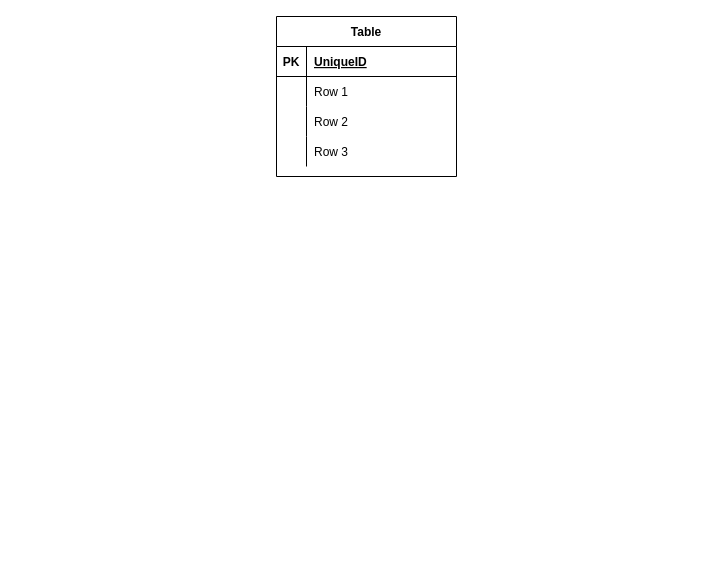
Before: Untitled Diagram.drawio in yutampp/proxycardmaker2, a draw.io diagram. Source tidied: cells renumbered, new cells numbered last; positions are measured from the earlier drawing's top-left corner, leaving out a move shared by most shapes. Both pictures are drawn from the tidied source at 100%, with x=0, y=0 at pixel (276, 16).
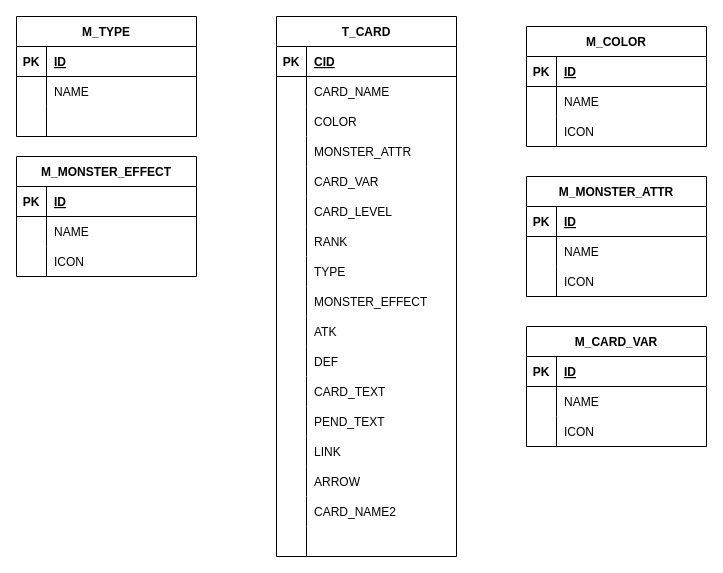
The same diagram, later.

Commit message (it also covers changes not shown here):
Untitled Diagram.drawio を更新します

Unchanged cells that the change refers to:
```xml
<mxCell id="3" style="shape=partialRectangle;fillColor=none;top=0;left=0;bottom=1;right=0;" parent="2" vertex="1">
  <mxGeometry y="30" width="180" height="30" as="geometry" />
</mxCell>
<mxCell id="6" style="shape=partialRectangle;fillColor=none;top=0;left=0;bottom=0;right=0;" parent="2" vertex="1">
  <mxGeometry y="60" width="180" height="30" as="geometry" />
</mxCell>
<mxCell id="9" style="shape=partialRectangle;fillColor=none;top=0;left=0;bottom=0;right=0;" parent="2" vertex="1">
  <mxGeometry y="90" width="180" height="30" as="geometry" />
</mxCell>
```

The edit, as a diff of the source:
```diff
@@
+    <mxCell id="15" value="M_COLOR" style="shape=table;startSize=30;childLayout=tableLayout;rowLines=0;fontStyle=1;align=center;" parent="1" vertex="1">
+      <mxGeometry x="250" y="10" width="180" height="120" as="geometry" />
+    </mxCell>
+    <mxCell id="16" style="shape=partialRectangle;fillColor=none;top=0;left=0;bottom=1;right=0;" parent="15" vertex="1">
+      <mxGeometry y="30" width="180" height="30" as="geometry" />
+    </mxCell>
+    <mxCell id="17" value="PK" style="shape=partialRectangle;fillColor=none;top=0;left=0;bottom=0;right=0;fontStyle=1;overflow=hidden;" parent="16" vertex="1">
+      <mxGeometry width="30" height="30" as="geometry" />
+    </mxCell>
+    <mxCell id="18" value="ID" style="shape=partialRectangle;fillColor=none;top=0;left=0;bottom=0;right=0;align=left;spacingLeft=6;fontStyle=5;overflow=hidden;" parent="16" vertex="1">
+      <mxGeometry x="30" width="150" height="30" as="geometry" />
+    </mxCell>
+    <mxCell id="19" style="shape=partialRectangle;fillColor=none;top=0;left=0;bottom=0;right=0;" parent="15" vertex="1">
+      <mxGeometry y="60" width="180" height="30" as="geometry" />
+    </mxCell>
+    <mxCell id="20" style="shape=partialRectangle;fillColor=none;top=0;left=0;bottom=0;right=0;overflow=hidden;" parent="19" vertex="1">
+      <mxGeometry width="30" height="30" as="geometry" />
+    </mxCell>
+    <mxCell id="21" value="NAME" style="shape=partialRectangle;fillColor=none;top=0;left=0;bottom=0;right=0;align=left;spacingLeft=6;overflow=hidden;" parent="19" vertex="1">
+      <mxGeometry x="30" width="150" height="30" as="geometry" />
+    </mxCell>
+    <mxCell id="22" style="shape=partialRectangle;fillColor=none;top=0;left=0;bottom=0;right=0;" parent="15" vertex="1">
+      <mxGeometry y="90" width="180" height="30" as="geometry" />
+    </mxCell>
+    <mxCell id="23" style="shape=partialRectangle;fillColor=none;top=0;left=0;bottom=0;right=0;overflow=hidden;" parent="22" vertex="1">
+      <mxGeometry width="30" height="30" as="geometry" />
+    </mxCell>
+    <mxCell id="24" value="ICON" style="shape=partialRectangle;fillColor=none;top=0;left=0;bottom=0;right=0;align=left;spacingLeft=6;overflow=hidden;" parent="22" vertex="1">
+      <mxGeometry x="30" width="150" height="30" as="geometry" />
+    </mxCell>
+    <mxCell id="25" value="M_MONSTER_ATTR" style="shape=table;startSize=30;childLayout=tableLayout;rowLines=0;fontStyle=1;align=center;" parent="1" vertex="1">
+      <mxGeometry x="250" y="160" width="180" height="120" as="geometry" />
+    </mxCell>
+    <mxCell id="26" style="shape=partialRectangle;fillColor=none;top=0;left=0;bottom=1;right=0;" parent="25" vertex="1">
+      <mxGeometry y="30" width="180" height="30" as="geometry" />
+    </mxCell>
+    <mxCell id="27" value="PK" style="shape=partialRectangle;fillColor=none;top=0;left=0;bottom=0;right=0;fontStyle=1;overflow=hidden;" parent="26" vertex="1">
+      <mxGeometry width="30" height="30" as="geometry" />
+    </mxCell>
+    <mxCell id="28" value="ID" style="shape=partialRectangle;fillColor=none;top=0;left=0;bottom=0;right=0;align=left;spacingLeft=6;fontStyle=5;overflow=hidden;" parent="26" vertex="1">
+      <mxGeometry x="30" width="150" height="30" as="geometry" />
+    </mxCell>
+    <mxCell id="29" style="shape=partialRectangle;fillColor=none;top=0;left=0;bottom=0;right=0;" parent="25" vertex="1">
+      <mxGeometry y="60" width="180" height="30" as="geometry" />
+    </mxCell>
+    <mxCell id="30" style="shape=partialRectangle;fillColor=none;top=0;left=0;bottom=0;right=0;overflow=hidden;" parent="29" vertex="1">
+      <mxGeometry width="30" height="30" as="geometry" />
+    </mxCell>
+    <mxCell id="31" value="NAME" style="shape=partialRectangle;fillColor=none;top=0;left=0;bottom=0;right=0;align=left;spacingLeft=6;overflow=hidden;" parent="29" vertex="1">
+      <mxGeometry x="30" width="150" height="30" as="geometry" />
+    </mxCell>
+    <mxCell id="32" style="shape=partialRectangle;fillColor=none;top=0;left=0;bottom=0;right=0;" parent="25" vertex="1">
+      <mxGeometry y="90" width="180" height="30" as="geometry" />
+    </mxCell>
+    <mxCell id="33" style="shape=partialRectangle;fillColor=none;top=0;left=0;bottom=0;right=0;overflow=hidden;" parent="32" vertex="1">
+      <mxGeometry width="30" height="30" as="geometry" />
+    </mxCell>
+    <mxCell id="34" value="ICON" style="shape=partialRectangle;fillColor=none;top=0;left=0;bottom=0;right=0;align=left;spacingLeft=6;overflow=hidden;" parent="32" vertex="1">
+      <mxGeometry x="30" width="150" height="30" as="geometry" />
+    </mxCell>
+    <mxCell id="35" value="M_CARD_VAR" style="shape=table;startSize=30;childLayout=tableLayout;rowLines=0;fontStyle=1;align=center;" parent="1" vertex="1">
+      <mxGeometry x="250" y="310" width="180" height="120" as="geometry" />
+    </mxCell>
+    <mxCell id="36" style="shape=partialRectangle;fillColor=none;top=0;left=0;bottom=1;right=0;" parent="35" vertex="1">
+      <mxGeometry y="30" width="180" height="30" as="geometry" />
+    </mxCell>
+    <mxCell id="37" value="PK" style="shape=partialRectangle;fillColor=none;top=0;left=0;bottom=0;right=0;fontStyle=1;overflow=hidden;" parent="36" vertex="1">
+      <mxGeometry width="30" height="30" as="geometry" />
+    </mxCell>
+    <mxCell id="38" value="ID" style="shape=partialRectangle;fillColor=none;top=0;left=0;bottom=0;right=0;align=left;spacingLeft=6;fontStyle=5;overflow=hidden;" parent="36" vertex="1">
+      <mxGeometry x="30" width="150" height="30" as="geometry" />
+    </mxCell>
+    <mxCell id="39" style="shape=partialRectangle;fillColor=none;top=0;left=0;bottom=0;right=0;" parent="35" vertex="1">
+      <mxGeometry y="60" width="180" height="30" as="geometry" />
+    </mxCell>
+    <mxCell id="40" style="shape=partialRectangle;fillColor=none;top=0;left=0;bottom=0;right=0;overflow=hidden;" parent="39" vertex="1">
+      <mxGeometry width="30" height="30" as="geometry" />
+    </mxCell>
+    <mxCell id="41" value="NAME" style="shape=partialRectangle;fillColor=none;top=0;left=0;bottom=0;right=0;align=left;spacingLeft=6;overflow=hidden;" parent="39" vertex="1">
+      <mxGeometry x="30" width="150" height="30" as="geometry" />
+    </mxCell>
+    <mxCell id="42" style="shape=partialRectangle;fillColor=none;top=0;left=0;bottom=0;right=0;" parent="35" vertex="1">
+      <mxGeometry y="90" width="180" height="30" as="geometry" />
+    </mxCell>
+    <mxCell id="43" style="shape=partialRectangle;fillColor=none;top=0;left=0;bottom=0;right=0;overflow=hidden;" parent="42" vertex="1">
+      <mxGeometry width="30" height="30" as="geometry" />
+    </mxCell>
+    <mxCell id="44" value="ICON" style="shape=partialRectangle;fillColor=none;top=0;left=0;bottom=0;right=0;align=left;spacingLeft=6;overflow=hidden;" parent="42" vertex="1">
+      <mxGeometry x="30" width="150" height="30" as="geometry" />
+    </mxCell>
+    <mxCell id="45" value="M_TYPE" style="shape=table;startSize=30;childLayout=tableLayout;rowLines=0;fontStyle=1;align=center;" parent="1" vertex="1">
+      <mxGeometry x="-260" width="180" height="120" as="geometry" />
+    </mxCell>
+    <mxCell id="46" style="shape=partialRectangle;fillColor=none;top=0;left=0;bottom=1;right=0;" parent="45" vertex="1">
+      <mxGeometry y="30" width="180" height="30" as="geometry" />
+    </mxCell>
+    <mxCell id="47" value="PK" style="shape=partialRectangle;fillColor=none;top=0;left=0;bottom=0;right=0;fontStyle=1;overflow=hidden;" parent="46" vertex="1">
+      <mxGeometry width="30" height="30" as="geometry" />
+    </mxCell>
+    <mxCell id="48" value="ID" style="shape=partialRectangle;fillColor=none;top=0;left=0;bottom=0;right=0;align=left;spacingLeft=6;fontStyle=5;overflow=hidden;" parent="46" vertex="1">
+      <mxGeometry x="30" width="150" height="30" as="geometry" />
+    </mxCell>
+    <mxCell id="49" style="shape=partialRectangle;fillColor=none;top=0;left=0;bottom=0;right=0;" parent="45" vertex="1">
+      <mxGeometry y="60" width="180" height="30" as="geometry" />
+    </mxCell>
+    <mxCell id="50" style="shape=partialRectangle;fillColor=none;top=0;left=0;bottom=0;right=0;overflow=hidden;" parent="49" vertex="1">
+      <mxGeometry width="30" height="30" as="geometry" />
+    </mxCell>
+    <mxCell id="51" value="NAME" style="shape=partialRectangle;fillColor=none;top=0;left=0;bottom=0;right=0;align=left;spacingLeft=6;overflow=hidden;" parent="49" vertex="1">
+      <mxGeometry x="30" width="150" height="30" as="geometry" />
+    </mxCell>
+    <mxCell id="52" style="shape=partialRectangle;fillColor=none;top=0;left=0;bottom=0;right=0;" parent="45" vertex="1">
+      <mxGeometry y="90" width="180" height="30" as="geometry" />
+    </mxCell>
+    <mxCell id="53" style="shape=partialRectangle;fillColor=none;top=0;left=0;bottom=0;right=0;overflow=hidden;" parent="52" vertex="1">
+      <mxGeometry width="30" height="30" as="geometry" />
+    </mxCell>
+    <mxCell id="54" style="shape=partialRectangle;fillColor=none;top=0;left=0;bottom=0;right=0;align=left;spacingLeft=6;overflow=hidden;" parent="52" vertex="1">
+      <mxGeometry x="30" width="150" height="30" as="geometry" />
+    </mxCell>
+    <mxCell id="55" value="M_MONSTER_EFFECT" style="shape=table;startSize=30;childLayout=tableLayout;rowLines=0;fontStyle=1;align=center;" parent="1" vertex="1">
+      <mxGeometry x="-260" y="140" width="180" height="120" as="geometry" />
+    </mxCell>
+    <mxCell id="56" style="shape=partialRectangle;fillColor=none;top=0;left=0;bottom=1;right=0;" parent="55" vertex="1">
+      <mxGeometry y="30" width="180" height="30" as="geometry" />
+    </mxCell>
+    <mxCell id="57" value="PK" style="shape=partialRectangle;fillColor=none;top=0;left=0;bottom=0;right=0;fontStyle=1;overflow=hidden;" parent="56" vertex="1">
+      <mxGeometry width="30" height="30" as="geometry" />
+    </mxCell>
+    <mxCell id="58" value="ID" style="shape=partialRectangle;fillColor=none;top=0;left=0;bottom=0;right=0;align=left;spacingLeft=6;fontStyle=5;overflow=hidden;" parent="56" vertex="1">
+      <mxGeometry x="30" width="150" height="30" as="geometry" />
+    </mxCell>
+    <mxCell id="59" style="shape=partialRectangle;fillColor=none;top=0;left=0;bottom=0;right=0;" parent="55" vertex="1">
+      <mxGeometry y="60" width="180" height="30" as="geometry" />
+    </mxCell>
+    <mxCell id="60" style="shape=partialRectangle;fillColor=none;top=0;left=0;bottom=0;right=0;overflow=hidden;" parent="59" vertex="1">
+      <mxGeometry width="30" height="30" as="geometry" />
+    </mxCell>
+    <mxCell id="61" value="NAME" style="shape=partialRectangle;fillColor=none;top=0;left=0;bottom=0;right=0;align=left;spacingLeft=6;overflow=hidden;" parent="59" vertex="1">
+      <mxGeometry x="30" width="150" height="30" as="geometry" />
+    </mxCell>
+    <mxCell id="62" style="shape=partialRectangle;fillColor=none;top=0;left=0;bottom=0;right=0;" parent="55" vertex="1">
+      <mxGeometry y="90" width="180" height="30" as="geometry" />
+    </mxCell>
+    <mxCell id="63" style="shape=partialRectangle;fillColor=none;top=0;left=0;bottom=0;right=0;overflow=hidden;" parent="62" vertex="1">
+      <mxGeometry width="30" height="30" as="geometry" />
+    </mxCell>
+    <mxCell id="64" value="ICON" style="shape=partialRectangle;fillColor=none;top=0;left=0;bottom=0;right=0;align=left;spacingLeft=6;overflow=hidden;" parent="62" vertex="1">
+      <mxGeometry x="30" width="150" height="30" as="geometry" />
+    </mxCell>
-    <mxCell id="2" value="Table" style="shape=table;startSize=30;childLayout=tableLayout;rowLines=0;fontStyle=1;align=center;" parent="1" vertex="1">
-      <mxGeometry width="180" height="160" as="geometry" />
+    <mxCell id="2" value="T_CARD" style="shape=table;startSize=30;childLayout=tableLayout;rowLines=0;fontStyle=1;align=center;" parent="1" vertex="1">
+      <mxGeometry width="180" height="540" as="geometry" />
     </mxCell>
@@
-    <mxCell id="5" value="UniqueID" style="shape=partialRectangle;fillColor=none;top=0;left=0;bottom=0;right=0;align=left;spacingLeft=6;fontStyle=5;overflow=hidden;" parent="3" vertex="1">
+    <mxCell id="5" value="CID" style="shape=partialRectangle;fillColor=none;top=0;left=0;bottom=0;right=0;align=left;spacingLeft=6;fontStyle=5;overflow=hidden;" parent="3" vertex="1">
       <mxGeometry x="30" width="150" height="30" as="geometry" />
     </mxCell>
@@
-    <mxCell id="8" value="Row 1" style="shape=partialRectangle;fillColor=none;top=0;left=0;bottom=0;right=0;align=left;spacingLeft=6;overflow=hidden;" parent="6" vertex="1">
+    <mxCell id="8" value="CARD_NAME" style="shape=partialRectangle;fillColor=none;top=0;left=0;bottom=0;right=0;align=left;spacingLeft=6;overflow=hidden;" parent="6" vertex="1">
       <mxGeometry x="30" width="150" height="30" as="geometry" />
     </mxCell>
@@
-    <mxCell id="11" value="Row 2" style="shape=partialRectangle;fillColor=none;top=0;left=0;bottom=0;right=0;align=left;spacingLeft=6;overflow=hidden;" parent="9" vertex="1">
+    <mxCell id="11" value="COLOR" style="shape=partialRectangle;fillColor=none;top=0;left=0;bottom=0;right=0;align=left;spacingLeft=6;overflow=hidden;" parent="9" vertex="1">
       <mxGeometry x="30" width="150" height="30" as="geometry" />
     </mxCell>
+    <mxCell id="65" style="shape=partialRectangle;fillColor=none;top=0;left=0;bottom=0;right=0;" parent="2" vertex="1">
+      <mxGeometry y="120" width="180" height="30" as="geometry" />
+    </mxCell>
+    <mxCell id="66" style="shape=partialRectangle;fillColor=none;top=0;left=0;bottom=0;right=0;overflow=hidden;" parent="65" vertex="1">
+      <mxGeometry width="30" height="30" as="geometry" />
+    </mxCell>
+    <mxCell id="67" value="MONSTER_ATTR" style="shape=partialRectangle;fillColor=none;top=0;left=0;bottom=0;right=0;align=left;spacingLeft=6;overflow=hidden;" parent="65" vertex="1">
+      <mxGeometry x="30" width="150" height="30" as="geometry" />
+    </mxCell>
     <mxCell id="12" style="shape=partialRectangle;fillColor=none;top=0;left=0;bottom=0;right=0;" parent="2" vertex="1">
-      <mxGeometry y="120" width="180" height="30" as="geometry" />
+      <mxGeometry y="150" width="180" height="30" as="geometry" />
     </mxCell>
@@
-    <mxCell id="14" value="Row 3" style="shape=partialRectangle;fillColor=none;top=0;left=0;bottom=0;right=0;align=left;spacingLeft=6;overflow=hidden;" parent="12" vertex="1">
+    <mxCell id="14" value="CARD_VAR" style="shape=partialRectangle;fillColor=none;top=0;left=0;bottom=0;right=0;align=left;spacingLeft=6;overflow=hidden;" parent="12" vertex="1">
       <mxGeometry x="30" width="150" height="30" as="geometry" />
     </mxCell>
+    <mxCell id="68" style="shape=partialRectangle;fillColor=none;top=0;left=0;bottom=0;right=0;" parent="2" vertex="1">
+      <mxGeometry y="180" width="180" height="30" as="geometry" />
+    </mxCell>
+    <mxCell id="69" style="shape=partialRectangle;fillColor=none;top=0;left=0;bottom=0;right=0;overflow=hidden;" parent="68" vertex="1">
+      <mxGeometry width="30" height="30" as="geometry" />
+    </mxCell>
+    <mxCell id="70" value="CARD_LEVEL" style="shape=partialRectangle;fillColor=none;top=0;left=0;bottom=0;right=0;align=left;spacingLeft=6;overflow=hidden;" parent="68" vertex="1">
+      <mxGeometry x="30" width="150" height="30" as="geometry" />
+    </mxCell>
+    <mxCell id="71" style="shape=partialRectangle;fillColor=none;top=0;left=0;bottom=0;right=0;" parent="2" vertex="1">
+      <mxGeometry y="210" width="180" height="30" as="geometry" />
+    </mxCell>
+    <mxCell id="72" style="shape=partialRectangle;fillColor=none;top=0;left=0;bottom=0;right=0;overflow=hidden;" parent="71" vertex="1">
+      <mxGeometry width="30" height="30" as="geometry" />
+    </mxCell>
+    <mxCell id="73" value="RANK" style="shape=partialRectangle;fillColor=none;top=0;left=0;bottom=0;right=0;align=left;spacingLeft=6;overflow=hidden;" parent="71" vertex="1">
+      <mxGeometry x="30" width="150" height="30" as="geometry" />
+    </mxCell>
+    <mxCell id="74" style="shape=partialRectangle;fillColor=none;top=0;left=0;bottom=0;right=0;" parent="2" vertex="1">
+      <mxGeometry y="240" width="180" height="30" as="geometry" />
+    </mxCell>
+    <mxCell id="75" style="shape=partialRectangle;fillColor=none;top=0;left=0;bottom=0;right=0;overflow=hidden;" parent="74" vertex="1">
+      <mxGeometry width="30" height="30" as="geometry" />
+    </mxCell>
+    <mxCell id="76" value="TYPE" style="shape=partialRectangle;fillColor=none;top=0;left=0;bottom=0;right=0;align=left;spacingLeft=6;overflow=hidden;" parent="74" vertex="1">
+      <mxGeometry x="30" width="150" height="30" as="geometry" />
+    </mxCell>
+    <mxCell id="77" style="shape=partialRectangle;fillColor=none;top=0;left=0;bottom=0;right=0;" parent="2" vertex="1">
+      <mxGeometry y="270" width="180" height="30" as="geometry" />
+    </mxCell>
+    <mxCell id="78" style="shape=partialRectangle;fillColor=none;top=0;left=0;bottom=0;right=0;overflow=hidden;" parent="77" vertex="1">
+      <mxGeometry width="30" height="30" as="geometry" />
+    </mxCell>
+    <mxCell id="79" value="MONSTER_EFFECT" style="shape=partialRectangle;fillColor=none;top=0;left=0;bottom=0;right=0;align=left;spacingLeft=6;overflow=hidden;" parent="77" vertex="1">
+      <mxGeometry x="30" width="150" height="30" as="geometry" />
+    </mxCell>
+    <mxCell id="80" style="shape=partialRectangle;fillColor=none;top=0;left=0;bottom=0;right=0;" parent="2" vertex="1">
+      <mxGeometry y="300" width="180" height="30" as="geometry" />
+    </mxCell>
+    <mxCell id="81" style="shape=partialRectangle;fillColor=none;top=0;left=0;bottom=0;right=0;overflow=hidden;" parent="80" vertex="1">
+      <mxGeometry width="30" height="30" as="geometry" />
+    </mxCell>
+    <mxCell id="82" value="ATK" style="shape=partialRectangle;fillColor=none;top=0;left=0;bottom=0;right=0;align=left;spacingLeft=6;overflow=hidden;" parent="80" vertex="1">
+      <mxGeometry x="30" width="150" height="30" as="geometry" />
+    </mxCell>
+    <mxCell id="83" style="shape=partialRectangle;fillColor=none;top=0;left=0;bottom=0;right=0;" parent="2" vertex="1">
+      <mxGeometry y="330" width="180" height="30" as="geometry" />
+    </mxCell>
+    <mxCell id="84" style="shape=partialRectangle;fillColor=none;top=0;left=0;bottom=0;right=0;overflow=hidden;" parent="83" vertex="1">
+      <mxGeometry width="30" height="30" as="geometry" />
+    </mxCell>
+    <mxCell id="85" value="DEF" style="shape=partialRectangle;fillColor=none;top=0;left=0;bottom=0;right=0;align=left;spacingLeft=6;overflow=hidden;" parent="83" vertex="1">
+      <mxGeometry x="30" width="150" height="30" as="geometry" />
+    </mxCell>
+    <mxCell id="86" style="shape=partialRectangle;fillColor=none;top=0;left=0;bottom=0;right=0;" parent="2" vertex="1">
+      <mxGeometry y="360" width="180" height="30" as="geometry" />
+    </mxCell>
+    <mxCell id="87" style="shape=partialRectangle;fillColor=none;top=0;left=0;bottom=0;right=0;overflow=hidden;" parent="86" vertex="1">
+      <mxGeometry width="30" height="30" as="geometry" />
+    </mxCell>
+    <mxCell id="88" value="CARD_TEXT" style="shape=partialRectangle;fillColor=none;top=0;left=0;bottom=0;right=0;align=left;spacingLeft=6;overflow=hidden;" parent="86" vertex="1">
+      <mxGeometry x="30" width="150" height="30" as="geometry" />
+    </mxCell>
+    <mxCell id="89" style="shape=partialRectangle;fillColor=none;top=0;left=0;bottom=0;right=0;" parent="2" vertex="1">
+      <mxGeometry y="390" width="180" height="30" as="geometry" />
+    </mxCell>
+    <mxCell id="90" style="shape=partialRectangle;fillColor=none;top=0;left=0;bottom=0;right=0;overflow=hidden;" parent="89" vertex="1">
+      <mxGeometry width="30" height="30" as="geometry" />
+    </mxCell>
+    <mxCell id="91" value="PEND_TEXT" style="shape=partialRectangle;fillColor=none;top=0;left=0;bottom=0;right=0;align=left;spacingLeft=6;overflow=hidden;" parent="89" vertex="1">
+      <mxGeometry x="30" width="150" height="30" as="geometry" />
+    </mxCell>
+    <mxCell id="92" style="shape=partialRectangle;fillColor=none;top=0;left=0;bottom=0;right=0;" parent="2" vertex="1">
+      <mxGeometry y="420" width="180" height="30" as="geometry" />
+    </mxCell>
+    <mxCell id="93" style="shape=partialRectangle;fillColor=none;top=0;left=0;bottom=0;right=0;overflow=hidden;" parent="92" vertex="1">
+      <mxGeometry width="30" height="30" as="geometry" />
+    </mxCell>
+    <mxCell id="94" value="LINK" style="shape=partialRectangle;fillColor=none;top=0;left=0;bottom=0;right=0;align=left;spacingLeft=6;overflow=hidden;" parent="92" vertex="1">
+      <mxGeometry x="30" width="150" height="30" as="geometry" />
+    </mxCell>
+    <mxCell id="95" style="shape=partialRectangle;fillColor=none;top=0;left=0;bottom=0;right=0;" parent="2" vertex="1">
+      <mxGeometry y="450" width="180" height="30" as="geometry" />
+    </mxCell>
+    <mxCell id="96" style="shape=partialRectangle;fillColor=none;top=0;left=0;bottom=0;right=0;overflow=hidden;" parent="95" vertex="1">
+      <mxGeometry width="30" height="30" as="geometry" />
+    </mxCell>
+    <mxCell id="97" value="ARROW" style="shape=partialRectangle;fillColor=none;top=0;left=0;bottom=0;right=0;align=left;spacingLeft=6;overflow=hidden;" parent="95" vertex="1">
+      <mxGeometry x="30" width="150" height="30" as="geometry" />
+    </mxCell>
+    <mxCell id="98" style="shape=partialRectangle;fillColor=none;top=0;left=0;bottom=0;right=0;" parent="2" vertex="1">
+      <mxGeometry y="480" width="180" height="30" as="geometry" />
+    </mxCell>
+    <mxCell id="99" style="shape=partialRectangle;fillColor=none;top=0;left=0;bottom=0;right=0;overflow=hidden;" parent="98" vertex="1">
+      <mxGeometry width="30" height="30" as="geometry" />
+    </mxCell>
+    <mxCell id="100" value="CARD_NAME2" style="shape=partialRectangle;fillColor=none;top=0;left=0;bottom=0;right=0;align=left;spacingLeft=6;overflow=hidden;" parent="98" vertex="1">
+      <mxGeometry x="30" width="150" height="30" as="geometry" />
+    </mxCell>
+    <mxCell id="101" style="shape=partialRectangle;fillColor=none;top=0;left=0;bottom=0;right=0;" parent="2" vertex="1">
+      <mxGeometry y="510" width="180" height="30" as="geometry" />
+    </mxCell>
+    <mxCell id="102" style="shape=partialRectangle;fillColor=none;top=0;left=0;bottom=0;right=0;overflow=hidden;" parent="101" vertex="1">
+      <mxGeometry width="30" height="30" as="geometry" />
+    </mxCell>
+    <mxCell id="103" style="shape=partialRectangle;fillColor=none;top=0;left=0;bottom=0;right=0;align=left;spacingLeft=6;overflow=hidden;" parent="101" vertex="1">
+      <mxGeometry x="30" width="150" height="30" as="geometry" />
+    </mxCell>
```
